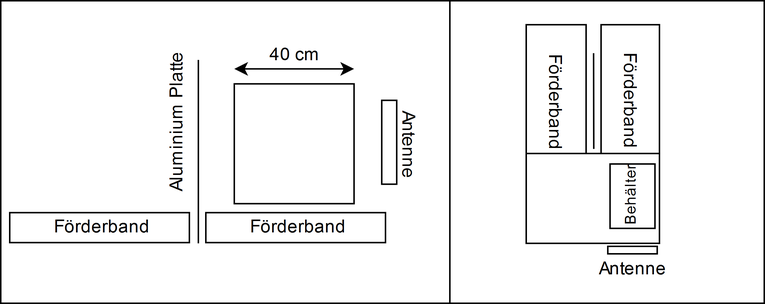
HSLU-BaumannWicki/BDA_FS19-Machbarkeitsstudie keeps this draw.io diagram as img/Positionierung_Antennen.png. Above is the earlier version. Source tidied: cells renumbered, new cells last; positions are measured from the earlier drawing's top-left corner, leaving out a move shared by most shapes.
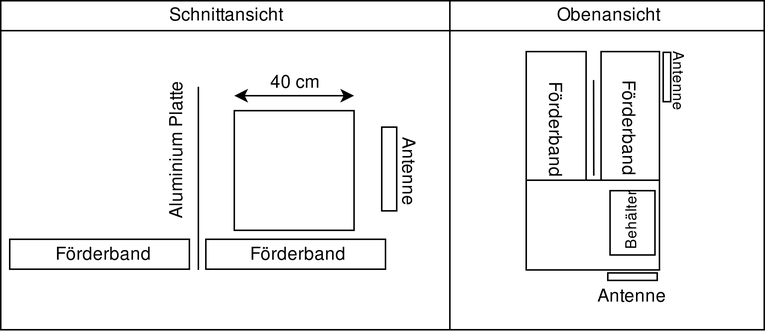
Above is the later version.

Commit message:
Replace the PositionierungAntennen picture

What changed in the source:
```diff
@@ -2,11 +2,17 @@
   <root>
     <mxCell id="0" />
     <mxCell id="1" parent="0" />
+    <mxCell id="21" style="rounded=0;whiteSpace=wrap;html=1;" parent="1" vertex="1">
+      <mxGeometry x="300" y="-18" width="210" height="20" as="geometry" />
+    </mxCell>
+    <mxCell id="22" style="rounded=0;whiteSpace=wrap;html=1;" parent="1" vertex="1">
+      <mxGeometry y="-18" width="300" height="20" as="geometry" />
+    </mxCell>
     <mxCell id="2" style="rounded=0;whiteSpace=wrap;html=1;" parent="1" vertex="1">
-      <mxGeometry x="300" width="210" height="202" as="geometry" />
+      <mxGeometry x="300" y="2" width="210" height="200" as="geometry" />
     </mxCell>
     <mxCell id="3" style="rounded=0;whiteSpace=wrap;html=1;" parent="1" vertex="1">
-      <mxGeometry width="300" height="202" as="geometry" />
+      <mxGeometry y="2" width="300" height="200" as="geometry" />
     </mxCell>
     <mxCell id="4" value="Förderband" style="rounded=0;whiteSpace=wrap;html=1;" parent="1" vertex="1">
       <mxGeometry x="137" y="141.5" width="120" height="20" as="geometry" />
@@ -14,7 +20,7 @@
     <mxCell id="5" style="rounded=0;whiteSpace=wrap;html=1;rotation=90;" parent="1" vertex="1">
       <mxGeometry x="231.5" y="89.5" width="56" height="10" as="geometry" />
     </mxCell>
-    <mxCell id="6" value="Antenne" style="text;html=1;strokeColor=none;fillColor=none;align=center;verticalAlign=middle;whiteSpace=wrap;rounded=0;rotation=90;" parent="1" vertex="1">
+    <mxCell id="6" value="&lt;font style=&quot;font-size: 12px&quot;&gt;Antenne&lt;/font&gt;" style="text;html=1;strokeColor=none;fillColor=none;align=center;verticalAlign=middle;whiteSpace=wrap;rounded=0;rotation=90;" parent="1" vertex="1">
       <mxGeometry x="250" y="87" width="46" height="15" as="geometry" />
     </mxCell>
     <mxCell id="7" style="whiteSpace=wrap;html=1;" parent="1" vertex="1">
@@ -68,5 +74,17 @@
     <mxCell id="20" value="Behälter" style="text;html=1;strokeColor=none;fillColor=none;align=center;verticalAlign=middle;whiteSpace=wrap;rounded=0;rotation=-90;fontSize=10;" parent="1" vertex="1">
       <mxGeometry x="399" y="123" width="46" height="15" as="geometry" />
     </mxCell>
+    <mxCell id="23" style="rounded=0;whiteSpace=wrap;html=1;rotation=0;direction=south;" parent="1" vertex="1">
+      <mxGeometry x="442.5" y="16.5" width="5" height="33" as="geometry" />
+    </mxCell>
+    <mxCell id="24" value="Antenne" style="text;html=1;strokeColor=none;fillColor=none;align=center;verticalAlign=middle;whiteSpace=wrap;rounded=0;rotation=90;direction=south;strokeWidth=12;fontSize=10;" parent="1" vertex="1">
+      <mxGeometry x="437" y="26" width="35" height="14" as="geometry" />
+    </mxCell>
+    <mxCell id="25" value="Schnittansicht" style="text;html=1;strokeColor=none;fillColor=none;align=center;verticalAlign=middle;whiteSpace=wrap;rounded=0;rotation=0;" parent="1" vertex="1">
+      <mxGeometry x="104" y="-18" width="92" height="20" as="geometry" />
+    </mxCell>
+    <mxCell id="26" value="Obenansicht" style="text;html=1;strokeColor=none;fillColor=none;align=center;verticalAlign=middle;whiteSpace=wrap;rounded=0;rotation=0;" parent="1" vertex="1">
+      <mxGeometry x="359" y="-18" width="92" height="20" as="geometry" />
+    </mxCell>
   </root>
 </mxGraphModel>
```
